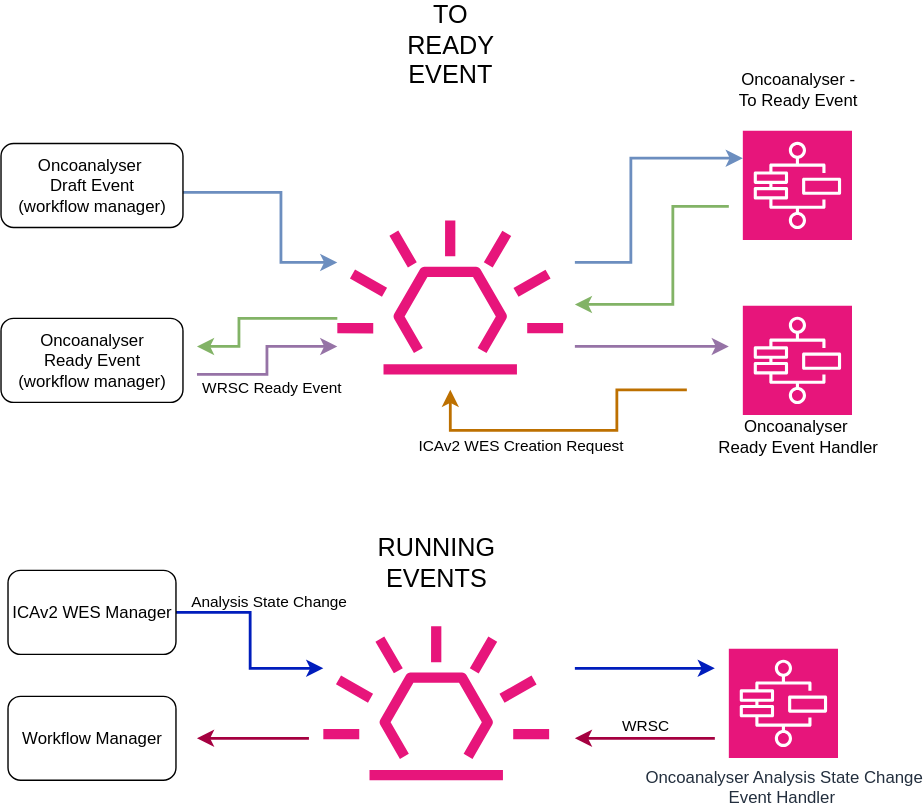
This is docs/draw-io-exports/oncoanalyser-wgts-dna-pipeline.drawio.svg from OrcaBus/service-oncoanalyser-wgts-dna-pipeline-manager, a draw.io export, as it was before one commit. Source tidied: cells renumbered, new cells last; positions are measured from the earlier drawing's top-left corner, leaving out a move shared by most shapes.
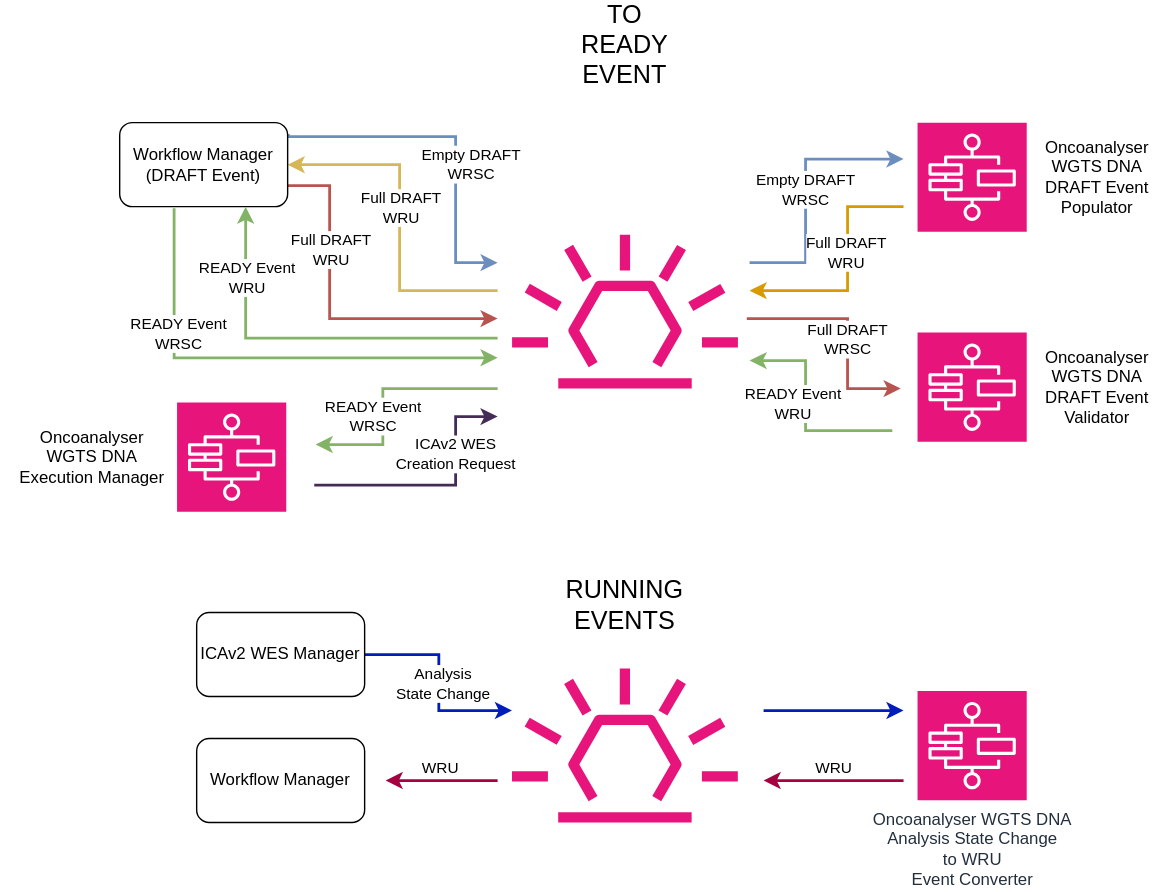
After the change.

Change to the diagram source:
```diff
@@ -2,29 +2,6 @@
   <root>
     <mxCell id="0" />
     <mxCell id="1" parent="0" />
-    <mxCell id="2" style="edgeStyle=orthogonalEdgeStyle;rounded=0;jettySize=auto;html=1;fillColor=#dae8fc;strokeColor=#6c8ebf;strokeWidth=2;" parent="1" edge="1" source="3" target="4">
-      <mxGeometry relative="1" as="geometry">
-        <Array as="points">
-          <mxPoint x="200" y="120" />
-          <mxPoint x="200" y="170" />
-        </Array>
-      </mxGeometry>
-    </mxCell>
-    <mxCell id="3" value="Oncoanalyser&amp;nbsp;&lt;div&gt;Draft Event&lt;br&gt;(workflow manager)&lt;/div&gt;" style="rounded=1;whiteSpace=wrap;html=1;" parent="1" vertex="1">
-      <mxGeometry y="85" width="130" height="60" as="geometry" />
-    </mxCell>
-    <mxCell id="4" style="sketch=0;outlineConnect=0;fontColor=#232F3E;gradientColor=none;fillColor=#E7157B;strokeColor=none;dashed=0;verticalLabelPosition=bottom;verticalAlign=top;align=center;html=1;fontSize=12;fontStyle=0;shape=mxgraph.aws4.eventbridge_default_event_bus_resource;" parent="1" vertex="1">
-      <mxGeometry x="240" y="140" width="161.9" height="110" as="geometry" />
-    </mxCell>
-    <mxCell id="5" value="Oncoanalyser&lt;div&gt;Ready Event&lt;br&gt;(workflow manager)&lt;/div&gt;" style="rounded=1;whiteSpace=wrap;html=1;" parent="1" vertex="1">
-      <mxGeometry y="210" width="130" height="60" as="geometry" />
-    </mxCell>
-    <mxCell id="6" style="sketch=0;points=[[0,0,0],[0.25,0,0],[0.5,0,0],[0.75,0,0],[1,0,0],[0,1,0],[0.25,1,0],[0.5,1,0],[0.75,1,0],[1,1,0],[0,0.25,0],[0,0.5,0],[0,0.75,0],[1,0.25,0],[1,0.5,0],[1,0.75,0]];outlineConnect=0;fontColor=#232F3E;fillColor=#E7157B;strokeColor=#ffffff;dashed=0;verticalLabelPosition=bottom;verticalAlign=top;align=center;html=1;fontSize=12;fontStyle=0;shape=mxgraph.aws4.resourceIcon;resIcon=mxgraph.aws4.step_functions;" parent="1" vertex="1">
-      <mxGeometry x="530" y="76" width="78" height="78" as="geometry" />
-    </mxCell>
-    <mxCell id="7" style="sketch=0;fontColor=#232F3E;fillColor=#E7157B;strokeColor=#ffffff;dashed=0;verticalLabelPosition=bottom;verticalAlign=top;align=center;html=1;fontSize=12;fontStyle=0;shape=mxgraph.aws4.resourceIcon;resIcon=mxgraph.aws4.step_functions;" parent="1" vertex="1">
-      <mxGeometry x="530" y="201" width="78" height="78" as="geometry" />
-    </mxCell>
     <mxCell id="8" style="edgeStyle=orthogonalEdgeStyle;rounded=0;jettySize=auto;html=1;fillColor=#0050ef;strokeColor=#001DBC;strokeWidth=2;" parent="1" edge="1" source="10" target="11">
       <mxGeometry relative="1" as="geometry">
         <Array as="points">
@@ -33,9 +10,9 @@
         </Array>
       </mxGeometry>
     </mxCell>
-    <mxCell id="9" value="Analysis State Change" style="edgeLabel;html=1;align=center;verticalAlign=middle;" parent="8" vertex="1">
+    <mxCell id="9" value="Analysis&lt;br&gt;State Change" style="edgeLabel;html=1;align=center;verticalAlign=middle;" parent="8" vertex="1">
       <mxGeometry x="-0.3" y="9" relative="1" as="geometry">
-        <mxPoint x="14" as="offset" />
+        <mxPoint x="4" y="29" as="offset" />
       </mxGeometry>
     </mxCell>
     <mxCell id="10" value="ICAv2 WES Manager" style="rounded=1;whiteSpace=wrap;html=1;" parent="1" vertex="1">
@@ -44,73 +21,14 @@
     <mxCell id="11" style="sketch=0;outlineConnect=0;fontColor=#232F3E;gradientColor=none;fillColor=#E7157B;strokeColor=none;dashed=0;verticalLabelPosition=bottom;verticalAlign=top;align=center;html=1;fontSize=12;fontStyle=0;shape=mxgraph.aws4.eventbridge_default_event_bus_resource;" parent="1" vertex="1">
       <mxGeometry x="230" y="430" width="161.9" height="110" as="geometry" />
     </mxCell>
-    <mxCell id="12" value="Oncoanalyser Analysis State Change&lt;div&gt;Event Handler&amp;nbsp;&lt;/div&gt;" style="sketch=0;fontColor=#232F3E;fillColor=#E7157B;strokeColor=#ffffff;dashed=0;verticalLabelPosition=bottom;verticalAlign=top;align=center;html=1;fontSize=12;fontStyle=0;shape=mxgraph.aws4.resourceIcon;resIcon=mxgraph.aws4.step_functions;" parent="1" vertex="1">
+    <mxCell id="12" value="Oncoanalyser WGTS DNA&lt;div&gt;Analysis State Change&lt;br&gt;to WRU&lt;br&gt;&lt;div&gt;Event Converter&amp;nbsp;&lt;/div&gt;&lt;/div&gt;" style="sketch=0;fontColor=#232F3E;fillColor=#E7157B;strokeColor=#ffffff;dashed=0;verticalLabelPosition=bottom;verticalAlign=top;align=center;html=1;fontSize=12;fontStyle=0;shape=mxgraph.aws4.resourceIcon;resIcon=mxgraph.aws4.step_functions;" parent="1" vertex="1">
       <mxGeometry x="520" y="446" width="78" height="78" as="geometry" />
     </mxCell>
     <mxCell id="13" value="Workflow Manager" style="rounded=1;whiteSpace=wrap;html=1;" parent="1" vertex="1">
       <mxGeometry x="5" y="480" width="120" height="60" as="geometry" />
     </mxCell>
-    <mxCell id="14" style="edgeStyle=orthogonalEdgeStyle;rounded=0;jettySize=auto;html=1;fillColor=#dae8fc;strokeColor=#6c8ebf;strokeWidth=2;entryX=0;entryY=0.25;entryDx=0;entryDy=0;entryPerimeter=0;" parent="1" edge="1" target="6">
-      <mxGeometry relative="1" as="geometry">
-        <mxPoint x="410" y="170" as="sourcePoint" />
-        <Array as="points">
-          <mxPoint x="450" y="170" />
-          <mxPoint x="450" y="96" />
-        </Array>
-      </mxGeometry>
-    </mxCell>
-    <mxCell id="15" style="edgeStyle=orthogonalEdgeStyle;rounded=0;orthogonalLoop=1;jettySize=auto;html=1;fillColor=#d5e8d4;strokeColor=#82b366;strokeWidth=2;" parent="1" edge="1">
-      <mxGeometry relative="1" as="geometry">
-        <mxPoint x="520" y="130" as="sourcePoint" />
-        <mxPoint x="410" y="200" as="targetPoint" />
-        <Array as="points">
-          <mxPoint x="480" y="130" />
-          <mxPoint x="480" y="200" />
-          <mxPoint x="410" y="200" />
-        </Array>
-      </mxGeometry>
-    </mxCell>
-    <mxCell id="16" style="edgeStyle=orthogonalEdgeStyle;rounded=0;jettySize=auto;html=1;fillColor=#d5e8d4;strokeColor=#82b366;strokeWidth=2;" parent="1" edge="1" source="4">
-      <mxGeometry relative="1" as="geometry">
-        <mxPoint x="140" y="230" as="targetPoint" />
-        <Array as="points">
-          <mxPoint x="170" y="210" />
-          <mxPoint x="170" y="230" />
-        </Array>
-      </mxGeometry>
-    </mxCell>
-    <mxCell id="17" style="edgeStyle=orthogonalEdgeStyle;rounded=0;jettySize=auto;html=1;fillColor=#e1d5e7;strokeColor=#9673a6;strokeWidth=2;" parent="1" edge="1" target="4">
-      <mxGeometry relative="1" as="geometry">
-        <mxPoint x="140" y="250" as="sourcePoint" />
-        <Array as="points">
-          <mxPoint x="190" y="250" />
-          <mxPoint x="190" y="230" />
-        </Array>
-      </mxGeometry>
-    </mxCell>
-    <mxCell id="18" value="WRSC Ready Event" style="edgeLabel;html=1;align=center;verticalAlign=middle;" parent="17" vertex="1">
-      <mxGeometry x="-0.17" y="-8" relative="1" as="geometry">
-        <mxPoint x="-6" y="8" as="offset" />
-      </mxGeometry>
-    </mxCell>
-    <mxCell id="19" style="edgeStyle=orthogonalEdgeStyle;rounded=0;orthogonalLoop=1;jettySize=auto;html=1;fillColor=#e1d5e7;strokeColor=#9673a6;strokeWidth=2;" parent="1" edge="1">
-      <mxGeometry relative="1" as="geometry">
-        <mxPoint x="410" y="230" as="sourcePoint" />
-        <mxPoint x="520" y="230" as="targetPoint" />
-        <Array as="points">
-          <mxPoint x="480" y="230" />
-          <mxPoint x="480" y="230" />
-        </Array>
-      </mxGeometry>
-    </mxCell>
-    <mxCell id="20" value="Oncoanalyser - &lt;br&gt;To Ready Event" style="text;html=1;align=center;verticalAlign=middle;strokeColor=none;fillColor=none;" parent="1" vertex="1">
-      <mxGeometry x="514" y="26" width="110" height="40" as="geometry" />
-    </mxCell>
-    <mxCell id="21" value="Oncoanalyser&amp;nbsp;&lt;div&gt;Ready Event Handler&lt;/div&gt;" style="text;html=1;align=center;verticalAlign=middle;strokeColor=none;fillColor=none;" parent="1" vertex="1">
-      <mxGeometry x="499" y="274" width="140" height="40" as="geometry" />
-    </mxCell>
     <mxCell id="22" value="&lt;font style=&quot;font-size: 18px;&quot;&gt;TO READY EVENT&lt;/font&gt;" style="text;html=1;align=center;verticalAlign=middle;whiteSpace=wrap;rounded=0;" parent="1" vertex="1">
-      <mxGeometry x="291" width="60" height="30" as="geometry" />
+      <mxGeometry x="281" y="-30" width="60" height="30" as="geometry" />
     </mxCell>
     <mxCell id="23" value="&lt;span style=&quot;font-size: 18px;&quot;&gt;RUNNING EVENTS&lt;/span&gt;" style="text;html=1;align=center;verticalAlign=middle;whiteSpace=wrap;rounded=0;" parent="1" vertex="1">
       <mxGeometry x="280.9" y="370" width="60" height="30" as="geometry" />
@@ -143,24 +61,199 @@
         </Array>
       </mxGeometry>
     </mxCell>
-    <mxCell id="27" style="edgeStyle=orthogonalEdgeStyle;rounded=0;orthogonalLoop=1;jettySize=auto;html=1;fillColor=#f0a30a;strokeColor=#BD7000;strokeWidth=2;" parent="1" edge="1">
-      <mxGeometry relative="1" as="geometry">
-        <mxPoint x="490" y="261" as="sourcePoint" />
-        <mxPoint x="321" y="261" as="targetPoint" />
-        <Array as="points">
-          <mxPoint x="440" y="261" />
-          <mxPoint x="440" y="290" />
-          <mxPoint x="321" y="290" />
-        </Array>
-      </mxGeometry>
-    </mxCell>
+    <mxCell id="30" value="WRU" style="edgeLabel;html=1;align=center;verticalAlign=middle;" parent="26" vertex="1">
+      <mxGeometry x="0.05" relative="1" as="geometry">
+        <mxPoint y="-10" as="offset" />
+      </mxGeometry>
+    </mxCell>
+    <mxCell id="29" value="WRU" style="edgeLabel;html=1;align=center;verticalAlign=middle;" parent="1" vertex="1">
+      <mxGeometry x="459" y="500" as="geometry" />
+    </mxCell>
+    <mxCell id="31" style="edgeStyle=orthogonalEdgeStyle;rounded=0;jettySize=auto;html=1;fillColor=#dae8fc;strokeColor=#6c8ebf;strokeWidth=2;exitX=1.008;exitY=0.137;exitDx=0;exitDy=0;exitPerimeter=0;" parent="1" edge="1" source="54">
+      <mxGeometry relative="1" as="geometry">
+        <mxPoint x="220" y="140" as="targetPoint" />
+        <Array as="points">
+          <mxPoint x="70" y="50" />
+          <mxPoint x="190" y="50" />
+          <mxPoint x="190" y="140" />
+        </Array>
+      </mxGeometry>
+    </mxCell>
+    <mxCell id="32" value="Empty DRAFT&lt;br&gt;WRSC" style="edgeLabel;html=1;align=center;verticalAlign=middle;" parent="31" vertex="1">
+      <mxGeometry x="0.06" y="-5" relative="1" as="geometry">
+        <mxPoint x="15" y="14" as="offset" />
+      </mxGeometry>
+    </mxCell>
+    <mxCell id="33" style="edgeStyle=orthogonalEdgeStyle;rounded=0;jettySize=auto;html=1;fillColor=#f8cecc;strokeColor=#b85450;strokeWidth=2;exitX=1;exitY=0.75;exitDx=0;exitDy=0;" parent="1" edge="1" source="54">
+      <mxGeometry relative="1" as="geometry">
+        <mxPoint x="220" y="180" as="targetPoint" />
+        <Array as="points">
+          <mxPoint x="100" y="85" />
+          <mxPoint x="100" y="180" />
+        </Array>
+      </mxGeometry>
+    </mxCell>
+    <mxCell id="34" value="Full DRAFT&lt;br&gt;WRU" style="edgeLabel;html=1;align=center;verticalAlign=middle;" parent="33" vertex="1">
+      <mxGeometry x="-0.49" y="1" relative="1" as="geometry">
+        <mxPoint x="-1" y="12" as="offset" />
+      </mxGeometry>
+    </mxCell>
+    <mxCell id="35" style="sketch=0;fontColor=#232F3E;gradientColor=none;fillColor=#E7157B;strokeColor=none;dashed=0;verticalLabelPosition=bottom;verticalAlign=top;align=center;html=1;fontSize=12;fontStyle=0;shape=mxgraph.aws4.eventbridge_default_event_bus_resource;" parent="1" vertex="1">
+      <mxGeometry x="230.1" y="120" width="161.9" height="110" as="geometry" />
+    </mxCell>
+    <mxCell id="36" style="sketch=0;fontColor=#232F3E;fillColor=#E7157B;strokeColor=#ffffff;dashed=0;verticalLabelPosition=bottom;verticalAlign=top;align=center;html=1;fontSize=12;fontStyle=0;shape=mxgraph.aws4.resourceIcon;resIcon=mxgraph.aws4.step_functions;" parent="1" vertex="1">
+      <mxGeometry x="520" y="40" width="78" height="78" as="geometry" />
+    </mxCell>
+    <mxCell id="37" style="sketch=0;fontColor=#232F3E;fillColor=#E7157B;strokeColor=#ffffff;dashed=0;verticalLabelPosition=bottom;verticalAlign=top;align=center;html=1;fontSize=12;fontStyle=0;shape=mxgraph.aws4.resourceIcon;resIcon=mxgraph.aws4.step_functions;" parent="1" vertex="1">
+      <mxGeometry x="520" y="190" width="78" height="78" as="geometry" />
+    </mxCell>
+    <mxCell id="38" style="sketch=0;fontColor=#232F3E;fillColor=#E7157B;strokeColor=#ffffff;dashed=0;verticalLabelPosition=middle;verticalAlign=middle;align=center;html=1;fontSize=12;fontStyle=0;shape=mxgraph.aws4.resourceIcon;resIcon=mxgraph.aws4.step_functions;labelPosition=left;" parent="1" vertex="1">
+      <mxGeometry x="-9" y="240" width="78" height="78" as="geometry" />
+    </mxCell>
+    <mxCell id="39" style="edgeStyle=orthogonalEdgeStyle;rounded=0;orthogonalLoop=1;jettySize=auto;html=1;fillColor=#dae8fc;strokeColor=#6c8ebf;strokeWidth=2;" parent="1" edge="1">
+      <mxGeometry relative="1" as="geometry">
+        <mxPoint x="400" y="140" as="sourcePoint" />
+        <mxPoint x="510" y="66" as="targetPoint" />
+        <Array as="points">
+          <mxPoint x="440" y="140" />
+          <mxPoint x="440" y="66" />
+        </Array>
+      </mxGeometry>
+    </mxCell>
+    <mxCell id="40" value="Empty DRAFT&lt;br&gt;WRSC" style="edgeLabel;html=1;align=center;verticalAlign=middle;" parent="39" vertex="1">
+      <mxGeometry x="0.01" y="1" relative="1" as="geometry" />
+    </mxCell>
+    <mxCell id="41" style="edgeStyle=orthogonalEdgeStyle;rounded=0;orthogonalLoop=1;jettySize=auto;html=1;fillColor=#ffe6cc;strokeColor=#d79b00;strokeWidth=2;" parent="1" edge="1">
+      <mxGeometry relative="1" as="geometry">
+        <mxPoint x="510" y="100" as="sourcePoint" />
+        <mxPoint x="400" y="160" as="targetPoint" />
+        <Array as="points">
+          <mxPoint x="510" y="100" />
+          <mxPoint x="470" y="100" />
+          <mxPoint x="470" y="160" />
+        </Array>
+      </mxGeometry>
+    </mxCell>
+    <mxCell id="42" value="Full DRAFT&lt;br&gt;WRU" style="edgeLabel;html=1;align=center;verticalAlign=middle;" parent="41" vertex="1">
+      <mxGeometry x="-0.26" y="-2" relative="1" as="geometry">
+        <mxPoint y="9" as="offset" />
+      </mxGeometry>
+    </mxCell>
+    <mxCell id="43" style="edgeStyle=orthogonalEdgeStyle;rounded=0;jettySize=auto;html=1;fillColor=#fff2cc;strokeColor=#d6b656;strokeWidth=2;entryX=1;entryY=0.5;entryDx=0;entryDy=0;" parent="1" edge="1" target="54">
+      <mxGeometry relative="1" as="geometry">
+        <mxPoint x="220" y="160" as="sourcePoint" />
+        <Array as="points">
+          <mxPoint x="150" y="160" />
+          <mxPoint x="150" y="70" />
+        </Array>
+      </mxGeometry>
+    </mxCell>
+    <mxCell id="44" value="Full DRAFT&lt;br&gt;WRU" style="edgeLabel;html=1;align=center;verticalAlign=middle;" parent="43" vertex="1">
+      <mxGeometry x="-0.21" y="-2" relative="1" as="geometry">
+        <mxPoint x="-2" y="-36" as="offset" />
+      </mxGeometry>
+    </mxCell>
+    <mxCell id="45" style="edgeStyle=orthogonalEdgeStyle;rounded=0;orthogonalLoop=1;jettySize=auto;html=1;fillColor=#f8cecc;strokeColor=#b85450;strokeWidth=2;" parent="1" edge="1">
+      <mxGeometry relative="1" as="geometry">
+        <mxPoint x="398" y="180" as="sourcePoint" />
+        <mxPoint x="508" y="230" as="targetPoint" />
+        <Array as="points">
+          <mxPoint x="470" y="180" />
+          <mxPoint x="470" y="230" />
+          <mxPoint x="508" y="230" />
+        </Array>
+      </mxGeometry>
+    </mxCell>
+    <mxCell id="46" value="Full DRAFT&lt;br&gt;WRSC" style="edgeLabel;html=1;align=center;verticalAlign=middle;" parent="45" vertex="1">
+      <mxGeometry x="-0.11" y="-1" relative="1" as="geometry">
+        <mxPoint y="13" as="offset" />
+      </mxGeometry>
+    </mxCell>
+    <mxCell id="47" value="Oncoanalyser&lt;div&gt;WGTS DNA &lt;br&gt;DRAFT Event&lt;div&gt;Populator&lt;/div&gt;&lt;/div&gt;" style="text;html=1;align=center;verticalAlign=middle;strokeColor=none;fillColor=none;" parent="1" vertex="1">
+      <mxGeometry x="598" y="44" width="100" height="70" as="geometry" />
+    </mxCell>
+    <mxCell id="48" value="Oncoanalyser&lt;div&gt;WGTS DNA&amp;nbsp;&lt;div&gt;DRAFT Event&lt;/div&gt;&lt;div&gt;Validator&lt;/div&gt;&lt;/div&gt;" style="text;html=1;align=center;verticalAlign=middle;strokeColor=none;fillColor=none;" parent="1" vertex="1">
+      <mxGeometry x="598" y="194" width="100" height="70" as="geometry" />
+    </mxCell>
+    <mxCell id="49" style="edgeStyle=orthogonalEdgeStyle;rounded=0;orthogonalLoop=1;jettySize=auto;html=1;fillColor=#76608a;strokeColor=#432D57;strokeWidth=2;" parent="1" edge="1">
+      <mxGeometry relative="1" as="geometry">
+        <mxPoint x="90" y="300" as="sourcePoint" />
+        <mxPoint x="220" y="250" as="targetPoint" />
+        <Array as="points">
+          <mxPoint x="90" y="299" />
+          <mxPoint x="190" y="299" />
+          <mxPoint x="190" y="250" />
+        </Array>
+      </mxGeometry>
+    </mxCell>
-    <mxCell id="28" value="ICAv2 WES Creation Request" style="edgeLabel;html=1;align=center;verticalAlign=middle;" parent="27" vertex="1">
-      <mxGeometry x="0.09" y="-8" relative="1" as="geometry">
-        <mxPoint x="-25" y="18" as="offset" />
-      </mxGeometry>
+    <mxCell id="28" value="ICAv2 WES&lt;br&gt;Creation Request" style="edgeLabel;html=1;align=center;verticalAlign=middle;" parent="49" vertex="1">
+      <mxGeometry x="0.38" y="1" relative="1" as="geometry" />
     </mxCell>
-    <mxCell id="29" value="WRSC" style="edgeLabel;html=1;align=center;verticalAlign=middle;" parent="1" vertex="1">
-      <mxGeometry x="459" y="500" as="geometry" />
-    </mxCell>
+    <mxCell id="50" style="edgeStyle=orthogonalEdgeStyle;rounded=0;orthogonalLoop=1;jettySize=auto;html=1;fillColor=#d5e8d4;strokeColor=#82b366;strokeWidth=2;" parent="1" edge="1">
+      <mxGeometry relative="1" as="geometry">
+        <mxPoint x="500" y="260" as="sourcePoint" />
+        <mxPoint x="400" y="210" as="targetPoint" />
+        <Array as="points">
+          <mxPoint x="502" y="260" />
+          <mxPoint x="440" y="260" />
+          <mxPoint x="440" y="210" />
+        </Array>
+      </mxGeometry>
+    </mxCell>
+    <mxCell id="51" value="READY Event&lt;br&gt;WRU" style="edgeLabel;html=1;align=center;verticalAlign=middle;" parent="50" vertex="1">
+      <mxGeometry x="-0.11" y="-1" relative="1" as="geometry">
+        <mxPoint x="-11" y="-15" as="offset" />
+      </mxGeometry>
+    </mxCell>
+    <mxCell id="52" style="edgeStyle=orthogonalEdgeStyle;rounded=0;orthogonalLoop=1;jettySize=auto;html=1;fillColor=#d5e8d4;strokeColor=#82b366;strokeWidth=2;" parent="1" edge="1">
+      <mxGeometry relative="1" as="geometry">
+        <mxPoint x="220" y="230" as="sourcePoint" />
+        <mxPoint x="90" y="270" as="targetPoint" />
+        <Array as="points">
+          <mxPoint x="210" y="230" />
+          <mxPoint x="138" y="230" />
+          <mxPoint x="138" y="270" />
+        </Array>
+      </mxGeometry>
+    </mxCell>
+    <mxCell id="53" value="READY Event&lt;br&gt;WRSC" style="edgeLabel;html=1;align=center;verticalAlign=middle;" parent="52" vertex="1">
+      <mxGeometry x="-0.11" y="-1" relative="1" as="geometry">
+        <mxPoint x="-14" y="20" as="offset" />
+      </mxGeometry>
+    </mxCell>
+    <mxCell id="54" value="Workflow Manager&lt;br&gt;(DRAFT Event)" style="rounded=1;whiteSpace=wrap;html=1;" parent="1" vertex="1">
+      <mxGeometry x="-50" y="40" width="120" height="60" as="geometry" />
+    </mxCell>
+    <mxCell id="55" value="Oncoanalyser&lt;br&gt;WGTS DNA&amp;nbsp;&lt;div&gt;Execution Manager&lt;/div&gt;" style="text;html=1;align=center;verticalAlign=middle;strokeColor=none;fillColor=none;" parent="1" vertex="1">
+      <mxGeometry x="-135" y="249" width="130" height="60" as="geometry" />
+    </mxCell>
+    <mxCell id="56" style="edgeStyle=orthogonalEdgeStyle;rounded=0;orthogonalLoop=1;jettySize=auto;html=1;fillColor=#d5e8d4;strokeColor=#82b366;strokeWidth=2;" parent="1" edge="1">
+      <mxGeometry relative="1" as="geometry">
+        <mxPoint x="220" y="194" as="sourcePoint" />
+        <mxPoint x="40" y="100" as="targetPoint" />
+        <Array as="points">
+          <mxPoint x="40" y="194" />
+          <mxPoint x="40" y="100" />
+        </Array>
+      </mxGeometry>
+    </mxCell>
+    <mxCell id="57" value="READY Event&lt;br&gt;WRU" style="edgeLabel;html=1;align=center;verticalAlign=middle;" parent="56" vertex="1">
+      <mxGeometry x="-0.11" y="-1" relative="1" as="geometry">
+        <mxPoint x="-58" y="-43" as="offset" />
+      </mxGeometry>
+    </mxCell>
+    <mxCell id="58" style="edgeStyle=orthogonalEdgeStyle;rounded=0;jettySize=auto;html=1;fillColor=#d5e8d4;strokeColor=#82b366;strokeWidth=2;entryX=0.324;entryY=1.019;entryDx=0;entryDy=0;entryPerimeter=0;startArrow=classic;startFill=1;endArrow=none;endFill=0;" parent="1" edge="1" target="54">
+      <mxGeometry relative="1" as="geometry">
+        <mxPoint x="220" y="208" as="sourcePoint" />
+        <Array as="points">
+          <mxPoint x="-11" y="208" />
+        </Array>
+      </mxGeometry>
+    </mxCell>
+    <mxCell id="59" value="READY Event&lt;br&gt;WRSC" style="edgeLabel;html=1;align=center;verticalAlign=middle;" parent="58" vertex="1">
+      <mxGeometry x="-0.11" y="-1" relative="1" as="geometry">
+        <mxPoint x="-78" y="-17" as="offset" />
+      </mxGeometry>
+    </mxCell>
   </root>
 </mxGraphModel>
```
